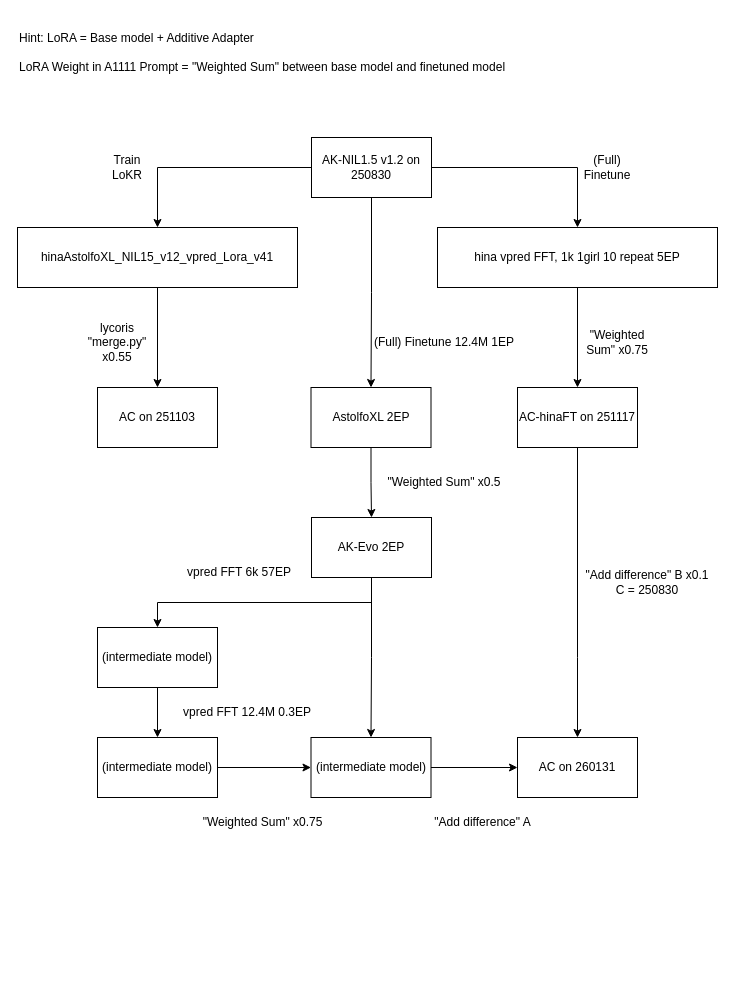
Before: ch02/26012401.drawio in 6DammK9/nai-anime-pure-negative-prompt, a draw.io diagram. Source tidied: cells renumbered, new cells numbered last; positions are measured from the earlier drawing's top-left corner, leaving out a move shared by most shapes. Both pictures are drawn from the tidied source at 100%, with x=0, y=0 at pixel (17, 17).
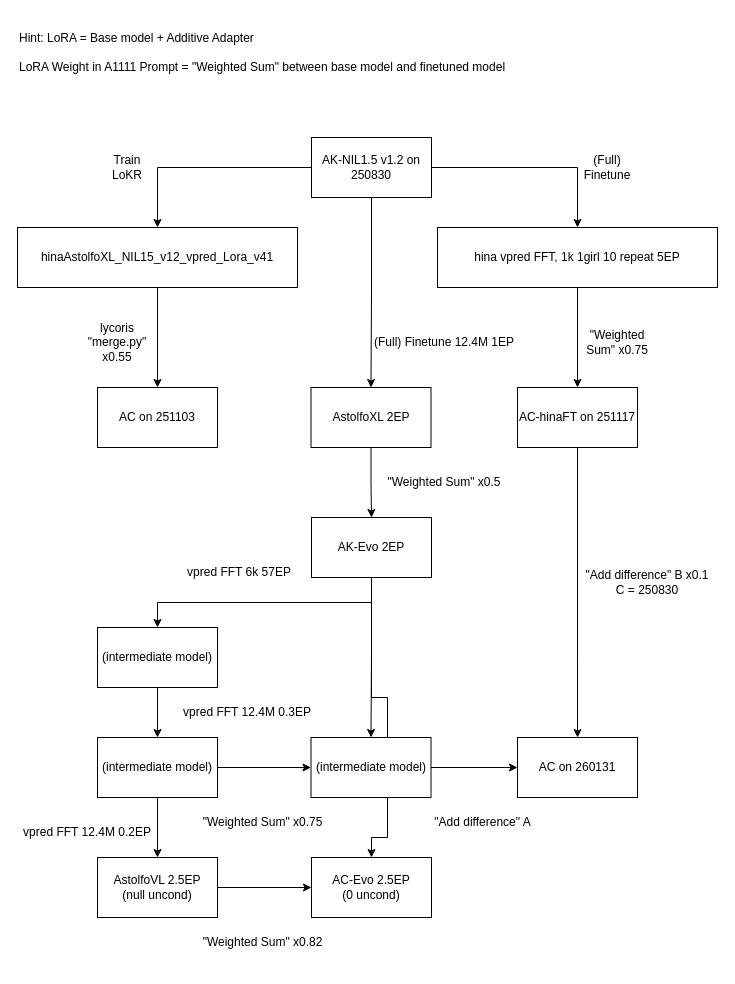
Above is the later version.

The change refers to these unchanged cells:
```xml
<mxCell id="22" value="AK-Evo 2EP" style="rounded=0;whiteSpace=wrap;html=1;" parent="1" vertex="1">
  <mxGeometry x="294" y="500" width="120" height="60" as="geometry" />
</mxCell>
<mxCell id="29" value="(intermediate model)" style="rounded=0;whiteSpace=wrap;html=1;" parent="1" vertex="1">
  <mxGeometry x="80" y="720" width="120" height="60" as="geometry" />
</mxCell>
```

What changed in the source:
```diff
@@
+    <mxCell id="37" style="edgeStyle=orthogonalEdgeStyle;rounded=0;jettySize=auto;html=1;exitX=0.5;exitY=1;exitDx=0;exitDy=0;entryX=0.5;entryY=0;entryDx=0;entryDy=0;" parent="1" edge="1" source="22" target="42">
+      <mxGeometry relative="1" as="geometry">
+        <Array as="points">
+          <mxPoint x="354" y="680" />
+          <mxPoint x="370" y="680" />
+          <mxPoint x="370" y="820" />
+          <mxPoint x="354" y="820" />
+        </Array>
+      </mxGeometry>
+    </mxCell>
@@
+    <mxCell id="38" style="edgeStyle=orthogonalEdgeStyle;rounded=0;jettySize=auto;html=1;exitX=0.5;exitY=1;exitDx=0;exitDy=0;entryX=0.5;entryY=0;entryDx=0;entryDy=0;" parent="1" edge="1" source="29" target="40">
+      <mxGeometry relative="1" as="geometry" />
+    </mxCell>
@@
+    <mxCell id="39" style="edgeStyle=orthogonalEdgeStyle;rounded=0;jettySize=auto;html=1;exitX=1;exitY=0.5;exitDx=0;exitDy=0;entryX=0;entryY=0.5;entryDx=0;entryDy=0;" parent="1" edge="1" source="40" target="42">
+      <mxGeometry relative="1" as="geometry" />
+    </mxCell>
+    <mxCell id="40" value="AstolfoVL 2.5EP&lt;div&gt;(null uncond)&lt;/div&gt;" style="rounded=0;whiteSpace=wrap;html=1;" parent="1" vertex="1">
+      <mxGeometry x="80" y="840" width="120" height="60" as="geometry" />
+    </mxCell>
+    <mxCell id="41" value="vpred FFT 12.4M 0.2EP" style="text;html=1;whiteSpace=wrap;strokeColor=none;fillColor=none;align=center;verticalAlign=middle;rounded=0;" parent="1" vertex="1">
+      <mxGeometry y="790" width="140" height="50" as="geometry" />
+    </mxCell>
+    <mxCell id="42" value="AC-Evo 2.5EP&lt;div&gt;(0 uncond)&lt;/div&gt;" style="rounded=0;whiteSpace=wrap;html=1;" parent="1" vertex="1">
+      <mxGeometry x="294" y="840" width="120" height="60" as="geometry" />
+    </mxCell>
+    <mxCell id="43" value="&quot;Weighted Sum&quot; x0.82" style="text;html=1;whiteSpace=wrap;strokeColor=none;fillColor=none;align=center;verticalAlign=middle;rounded=0;" parent="1" vertex="1">
+      <mxGeometry x="169.8" y="900" width="150.5" height="50" as="geometry" />
+    </mxCell>
```
